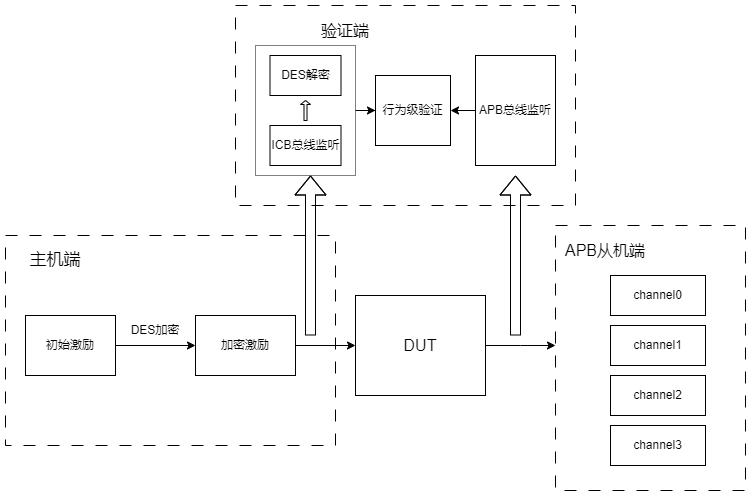
Before: figure/验证框架.png, a diagram exported from draw.io (WzyNoEmo/ICB_APB_CryptoBridge). Source tidied: cells renumbered, new cells last; positions are measured from the earlier drawing's top-left corner, leaving out a move shared by most shapes.
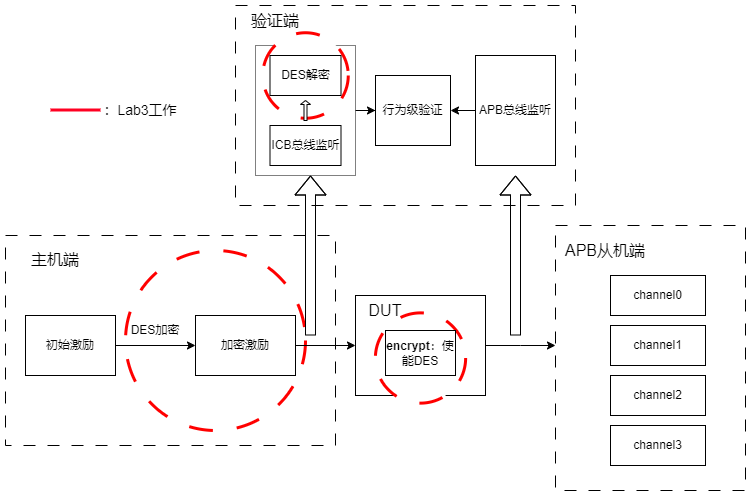
Later version of the same file.

What changed in the source:
```diff
@@ -8,9 +8,6 @@
     <mxCell id="3" style="edgeStyle=orthogonalEdgeStyle;rounded=0;jettySize=auto;html=1;" parent="1" edge="1" source="4" target="23">
       <mxGeometry relative="1" as="geometry" />
     </mxCell>
-    <mxCell id="4" style="rounded=0;whiteSpace=wrap;html=1;dashed=1;dashPattern=1 1;" parent="1" vertex="1">
-      <mxGeometry x="250" y="40" width="100" height="130" as="geometry" />
-    </mxCell>
     <mxCell id="5" style="rounded=0;whiteSpace=wrap;html=1;dashed=1;dashPattern=12 12;" parent="1" vertex="1">
       <mxGeometry x="550" y="220" width="190" height="265" as="geometry" />
     </mxCell>
@@ -22,7 +19,16 @@
         <mxPoint x="550" y="340" as="targetPoint" />
       </mxGeometry>
     </mxCell>
+    <mxCell id="4" style="rounded=0;whiteSpace=wrap;html=1;dashed=1;dashPattern=1 1;" parent="1" vertex="1">
+      <mxGeometry x="250" y="40" width="100" height="130" as="geometry" />
+    </mxCell>
+    <mxCell id="29" style="ellipse;whiteSpace=wrap;html=1;strokeColor=#ff0000;strokeWidth=3;dashed=1;dashPattern=8 8;perimeterSpacing=0;" parent="1" vertex="1">
+      <mxGeometry x="257.2" y="27.2" width="85.5" height="85.5" as="geometry" />
+    </mxCell>
+    <mxCell id="30" style="ellipse;whiteSpace=wrap;html=1;strokeColor=#ff0000;strokeWidth=3;dashed=1;dashPattern=8 8;" parent="1" vertex="1">
+      <mxGeometry x="120" y="245" width="180" height="180" as="geometry" />
+    </mxCell>
-    <mxCell id="8" value="DUT" style="rounded=0;whiteSpace=wrap;html=1;fontSize=16;" parent="1" vertex="1">
+    <mxCell id="8" style="rounded=0;whiteSpace=wrap;html=1;fontSize=16;" parent="1" vertex="1">
       <mxGeometry x="350" y="290" width="130" height="100" as="geometry" />
     </mxCell>
     <mxCell id="9" style="edgeStyle=orthogonalEdgeStyle;rounded=0;jettySize=auto;html=1;exitX=1;exitY=0.5;exitDx=0;exitDy=0;entryX=0;entryY=0.5;entryDx=0;entryDy=0;" parent="1" edge="1" source="10" target="12">
@@ -37,14 +43,14 @@
     <mxCell id="12" value="加密激励" style="rounded=0;whiteSpace=wrap;html=1;" parent="1" vertex="1">
       <mxGeometry x="190" y="310" width="100" height="60" as="geometry" />
     </mxCell>
-    <mxCell id="13" value="主机端" style="text;html=1;align=center;verticalAlign=middle;whiteSpace=wrap;rounded=0;fontSize=17;" parent="1" vertex="1">
+    <mxCell id="13" value="&lt;font style=&quot;font-size: 16px;&quot;&gt;主机端&lt;/font&gt;" style="text;html=1;align=center;verticalAlign=middle;whiteSpace=wrap;rounded=0;fontSize=17;" parent="1" vertex="1">
       <mxGeometry x="20" y="240" width="60" height="30" as="geometry" />
     </mxCell>
     <mxCell id="14" value="DES加密" style="text;html=1;align=center;verticalAlign=middle;whiteSpace=wrap;rounded=0;" parent="1" vertex="1">
       <mxGeometry x="120" y="310" width="60" height="30" as="geometry" />
     </mxCell>
     <mxCell id="15" value="验证端" style="text;html=1;align=center;verticalAlign=middle;whiteSpace=wrap;rounded=0;fontSize=16;" parent="1" vertex="1">
-      <mxGeometry x="310" y="10" width="60" height="30" as="geometry" />
+      <mxGeometry x="240" width="60" height="30" as="geometry" />
     </mxCell>
     <mxCell id="16" value="DES解密" style="rounded=0;whiteSpace=wrap;html=1;" parent="1" vertex="1">
       <mxGeometry x="264.5" y="50" width="71" height="40" as="geometry" />
@@ -91,11 +97,29 @@
     <mxCell id="26" value="channel2" style="rounded=0;whiteSpace=wrap;html=1;" parent="1" vertex="1">
       <mxGeometry x="605" y="370" width="95" height="40" as="geometry" />
     </mxCell>
+    <mxCell id="31" style="ellipse;whiteSpace=wrap;html=1;strokeColor=#ff0000;strokeWidth=3;dashed=1;dashPattern=8 8;perimeterSpacing=0;" parent="1" vertex="1">
+      <mxGeometry x="369.9" y="307.4" width="90.2" height="90.2" as="geometry" />
+    </mxCell>
     <mxCell id="27" value="channel3" style="rounded=0;whiteSpace=wrap;html=1;" parent="1" vertex="1">
       <mxGeometry x="605" y="420" width="95" height="40" as="geometry" />
     </mxCell>
     <mxCell id="28" style="shape=singleArrow;direction=north;whiteSpace=wrap;html=1;" parent="1" vertex="1">
       <mxGeometry x="295" y="95" width="10" height="20" as="geometry" />
     </mxCell>
+    <mxCell id="32" value="&lt;b&gt;encrypt&lt;/b&gt;：使能DES" style="rounded=0;whiteSpace=wrap;html=1;" parent="1" vertex="1">
+      <mxGeometry x="380" y="325" width="70" height="45" as="geometry" />
+    </mxCell>
+    <mxCell id="33" value="DUT" style="text;html=1;align=center;verticalAlign=middle;whiteSpace=wrap;rounded=0;fontSize=16;" parent="1" vertex="1">
+      <mxGeometry x="350" y="290" width="60" height="30" as="geometry" />
+    </mxCell>
+    <mxCell id="34" style="endArrow=none;html=1;rounded=0;strokeWidth=3;strokeColor=#FF0022;" parent="1" edge="1">
+      <mxGeometry relative="1" as="geometry">
+        <mxPoint x="45" y="104.5" as="sourcePoint" />
+        <mxPoint x="95" y="104.5" as="targetPoint" />
+      </mxGeometry>
+    </mxCell>
+    <mxCell id="35" value="&lt;font style=&quot;font-size: 14px;&quot;&gt;：Lab3工作&lt;/font&gt;" style="text;html=1;align=center;verticalAlign=middle;whiteSpace=wrap;rounded=0;" parent="1" vertex="1">
+      <mxGeometry x="80" y="90" width="110" height="30" as="geometry" />
+    </mxCell>
   </root>
 </mxGraphModel>
```
